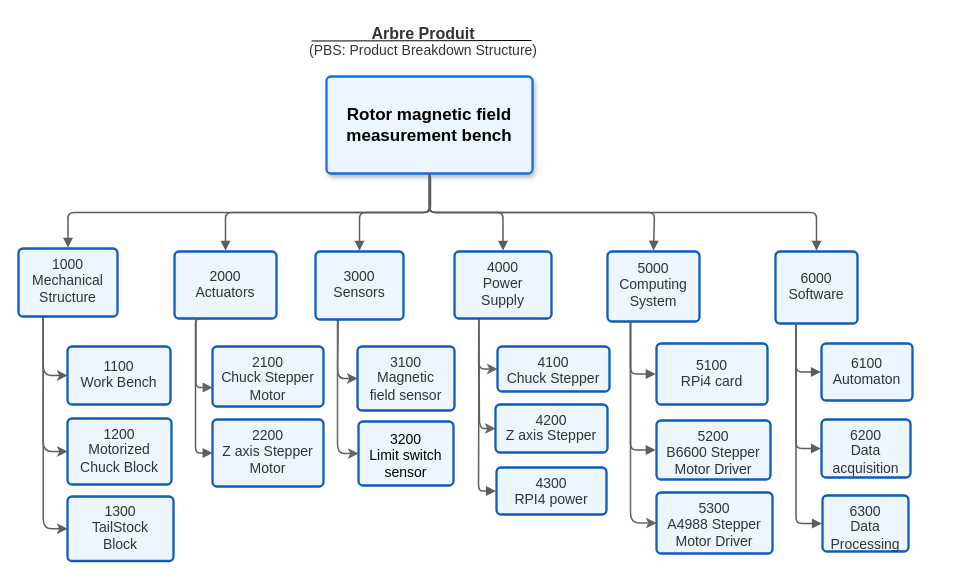
Earlier version of the draw.io diagram page "PBS-RPi" (4 of 7) of Docs/Diagrams/Rotor magnetic field measurement bench.drawio (cjlux/Banc-Mesure-Rotor). Source tidied: cells renumbered, new cells numbered last; positions are measured from the earlier drawing's top-left corner, leaving out a move shared by most shapes. Both pictures are drawn from the tidied source at 100%, with x=0, y=0 at pixel (18, 18).
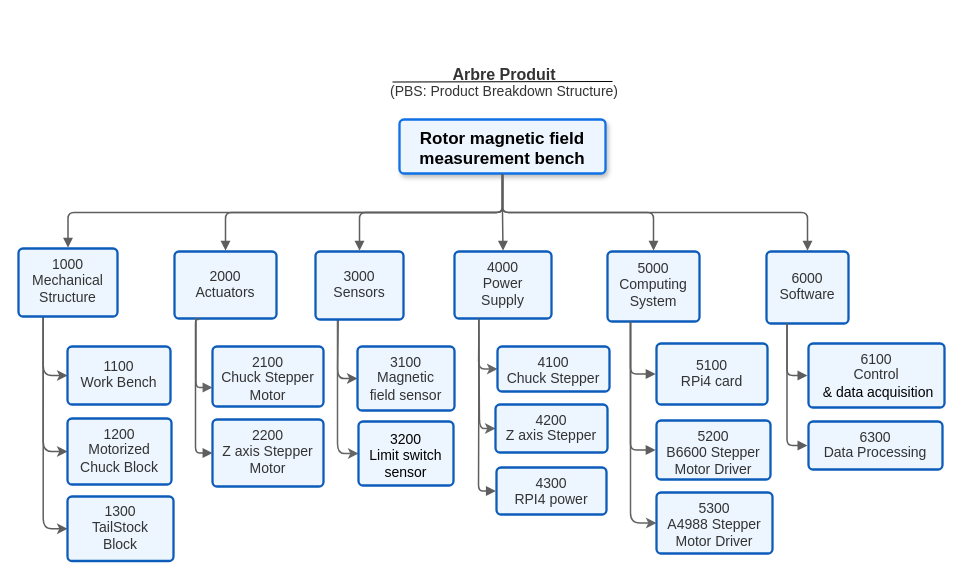
Above is the later version.

Commit message:
Mettre à jour Rotor magnetic field measurement bench.drawio

Unchanged cells that the change refers to:
```xml
<mxCell id="7" value="&lt;div style=&quot;display: flex; justify-content: center; text-align: center; align-items: baseline; font-size: 14px; line-height: 1.25; margin-top: -2px;&quot;&gt;&lt;span style=&quot;font-size: 14px;&quot;&gt;&lt;span style=&quot;font-size: 14px; color: rgb(51, 51, 51);&quot;&gt;1000&lt;br&gt;&lt;/span&gt;&lt;/span&gt;&lt;/div&gt;&lt;div style=&quot;display: flex; justify-content: center; text-align: center; align-items: baseline; font-size: 14px; line-height: 1.25; margin-top: -2px;&quot;&gt;&lt;span style=&quot;font-size: 14px;&quot;&gt;&lt;span style=&quot;font-size: 14px; color: rgb(51, 51, 51);&quot;&gt;Mechanical Structure&lt;/span&gt;&lt;/span&gt;&lt;/div&gt;" style="html=1;overflow=block;blockSpacing=1;whiteSpace=wrap;fontSize=14;spacing=9;strokeColor=#0D5CBA;strokeOpacity=100;fillOpacity=100;rounded=1;absoluteArcSize=1;arcSize=9;fillColor=#edf5ff;strokeWidth=2.3;lucidId=op2DeZ.cYt9W;" parent="1" vertex="1">
  <mxGeometry y="230" width="99" height="68" as="geometry" />
</mxCell>
<mxCell id="8" value="&lt;div style=&quot;display: flex; justify-content: center; text-align: center; align-items: baseline; font-size: 14px; line-height: 1.25; margin-top: -2px;&quot;&gt;&lt;span style=&quot;font-size: 14px;&quot;&gt;&lt;span style=&quot;font-size: 14px; color: rgb(51, 51, 51);&quot;&gt;2000&#10;&lt;/span&gt;&lt;/span&gt;&lt;/div&gt;&lt;div style=&quot;display: flex; justify-content: center; text-align: center; align-items: baseline; font-size: 14px; line-height: 1.25; margin-top: -2px;&quot;&gt;&lt;span style=&quot;font-size: 14px;&quot;&gt;&lt;span style=&quot;font-size: 14px; color: rgb(51, 51, 51);&quot;&gt;Actuators&lt;/span&gt;&lt;/span&gt;&lt;/div&gt;" style="html=1;overflow=block;blockSpacing=1;whiteSpace=wrap;fontSize=14;spacing=9;strokeColor=#0D5CBA;strokeOpacity=100;fillOpacity=100;rounded=1;absoluteArcSize=1;arcSize=9;fillColor=#edf5ff;strokeWidth=2.3;lucidId=op2DIdq_~rvC;" parent="1" vertex="1">
  <mxGeometry x="156" y="233" width="102" height="67" as="geometry" />
</mxCell>
<mxCell id="11" value="&lt;div style=&quot;display: flex; justify-content: center; text-align: center; align-items: baseline; font-size: 14px; line-height: 1.25; margin-top: -2px;&quot;&gt;&lt;span style=&quot;font-size: 14px;&quot;&gt;&lt;span style=&quot;font-size: 14px; color: rgb(51, 51, 51);&quot;&gt;3000&#10;&lt;/span&gt;&lt;/span&gt;&lt;/div&gt;&lt;div style=&quot;display: flex; justify-content: center; text-align: center; align-items: baseline; font-size: 14px; line-height: 1.25; margin-top: -2px;&quot;&gt;&lt;span style=&quot;font-size: 14px;&quot;&gt;&lt;span style=&quot;font-size: 14px; color: rgb(51, 51, 51);&quot;&gt;Sensors&lt;/span&gt;&lt;/span&gt;&lt;/div&gt;" style="html=1;overflow=block;blockSpacing=1;whiteSpace=wrap;fontSize=14;spacing=9;strokeColor=#0D5CBA;strokeOpacity=100;fillOpacity=100;rounded=1;absoluteArcSize=1;arcSize=9;fillColor=#edf5ff;strokeWidth=2.3;lucidId=op2DrcHy-5GN;" parent="1" vertex="1">
  <mxGeometry x="297" y="233" width="88" height="68" as="geometry" />
</mxCell>
<mxCell id="14" value="&lt;div style=&quot;display: flex; justify-content: center; text-align: center; align-items: baseline; font-size: 14px; line-height: 1.25; margin-top: -2px;&quot;&gt;&lt;span style=&quot;font-size: 14px;&quot;&gt;&lt;span style=&quot;font-size: 14px; color: rgb(51, 51, 51);&quot;&gt;4000&#10;&lt;/span&gt;&lt;/span&gt;&lt;/div&gt;&lt;div style=&quot;display: flex; justify-content: center; text-align: center; align-items: baseline; font-size: 14px; line-height: 1.25; margin-top: -2px;&quot;&gt;&lt;span style=&quot;font-size: 14px;&quot;&gt;&lt;span style=&quot;font-size: 14px; color: rgb(51, 51, 51);&quot;&gt;Power Supply&lt;/span&gt;&lt;/span&gt;&lt;/div&gt;" style="html=1;overflow=block;blockSpacing=1;whiteSpace=wrap;fontSize=14;spacing=9;strokeColor=#0D5CBA;strokeOpacity=100;fillOpacity=100;rounded=1;absoluteArcSize=1;arcSize=9;fillColor=#edf5ff;strokeWidth=2.3;lucidId=op2DH3rtzFCJ;" parent="1" vertex="1">
  <mxGeometry x="436" y="233" width="97" height="67" as="geometry" />
</mxCell>
<mxCell id="16" value="&lt;div style=&quot;display: flex; justify-content: center; text-align: center; align-items: baseline; font-size: 14px; line-height: 1.25; margin-top: -2px;&quot;&gt;&lt;span style=&quot;font-size: 14px;&quot;&gt;&lt;span style=&quot;font-size: 14px; color: rgb(51, 51, 51);&quot;&gt;5000&#10;&lt;/span&gt;&lt;/span&gt;&lt;/div&gt;&lt;div style=&quot;display: flex; justify-content: center; text-align: center; align-items: baseline; font-size: 14px; line-height: 1.25; margin-top: -2px;&quot;&gt;&lt;span style=&quot;font-size: 14px;&quot;&gt;&lt;span style=&quot;font-size: 14px; color: rgb(51, 51, 51);&quot;&gt;Computing System&lt;/span&gt;&lt;/span&gt;&lt;/div&gt;" style="html=1;overflow=block;blockSpacing=1;whiteSpace=wrap;fontSize=14;spacing=9;strokeColor=#0D5CBA;strokeOpacity=100;fillOpacity=100;rounded=1;absoluteArcSize=1;arcSize=9;fillColor=#edf5ff;strokeWidth=2.3;lucidId=op2DZ983SHyo;" parent="1" vertex="1">
  <mxGeometry x="589" y="233" width="92" height="70" as="geometry" />
</mxCell>
```

What changed in the source:
```diff
@@
     <mxCell id="2" value="Rotor magnetic field&#10;measurement bench" style="html=1;overflow=block;blockSpacing=1;whiteSpace=wrap;fontSize=17;fontStyle=1;align=center;spacing=9;strokeColor=#1071e5;strokeOpacity=100;fillOpacity=100;rounded=1;absoluteArcSize=1;arcSize=9;fillColor=#edf5ff;strokeWidth=2.3;lucidId=op2DlNhiaoXF;shadow=1;" parent="1" vertex="1">
-      <mxGeometry x="308" y="58" width="206" height="97" as="geometry" />
+      <mxGeometry x="381" y="101" width="206" height="54" as="geometry" />
     </mxCell>
     <mxCell id="3" value="&lt;div style=&quot;display: flex; justify-content: center; text-align: center; align-items: baseline; font-size: 16px; line-height: 1.25; margin-top: -2px;&quot;&gt;&lt;span style=&quot;&quot;&gt;&lt;span style=&quot;color: rgb(51, 51, 51); font-weight: bold;&quot;&gt;Arbre Produit&lt;/span&gt;&lt;span style=&quot;font-size: 14px; color: rgb(51, 51, 51); font-weight: bold;&quot;&gt;&lt;br&gt;&lt;/span&gt;&lt;/span&gt;&lt;/div&gt;&lt;div style=&quot;display: flex; justify-content: center; text-align: center; align-items: baseline; font-size: 14px; line-height: 1.25; margin-top: -2px;&quot;&gt;&lt;span style=&quot;font-size: 14px;&quot;&gt;&lt;span style=&quot;font-size: 14px; color: rgb(51, 51, 51);&quot;&gt;&lt;span style=&quot;font-size: 14px; color: rgb(51, 51, 51);&quot;&gt;(PBS: Product Breakdown Structure)&lt;/span&gt;&lt;/span&gt;&lt;/span&gt;&lt;/div&gt;" style="html=1;overflow=block;blockSpacing=1;whiteSpace=wrap;fontSize=14;spacing=3.8;strokeOpacity=0;fillOpacity=0;rounded=1;absoluteArcSize=1;arcSize=9;fillColor=#ffffff;strokeWidth=2.3;lucidId=op2DOxUPKWHS;" parent="1" vertex="1">
-      <mxGeometry x="287" width="236" height="47" as="geometry" />
+      <mxGeometry x="368" y="41" width="236" height="47" as="geometry" />
     </mxCell>
@@
     <mxCell id="17" style="html=1;jettySize=18;whiteSpace=wrap;fontSize=14;strokeColor=#5E5E5E;strokeWidth=1.5;rounded=1;arcSize=12;edgeStyle=orthogonalEdgeStyle;startArrow=none;endArrow=block;endFill=1;exitX=0.5;exitY=1.011;exitPerimeter=0;entryX=0.5;entryY=-0.012;entryPerimeter=0;lucidId=op2D4Qm-s5.9;" parent="1" edge="1" source="2" target="7">
       <mxGeometry relative="1" as="geometry">
         <Array as="points">
-          <mxPoint x="412" y="156" />
-          <mxPoint x="412" y="194" />
-          <mxPoint x="49" y="194" />
-          <mxPoint x="49" y="229" />
+          <mxPoint x="484" y="194" />
+          <mxPoint x="50" y="194" />
         </Array>
       </mxGeometry>
     </mxCell>
     <mxCell id="18" style="html=1;jettySize=18;whiteSpace=wrap;fontSize=14;strokeColor=#5E5E5E;strokeWidth=1.5;rounded=1;arcSize=12;edgeStyle=orthogonalEdgeStyle;startArrow=none;endArrow=block;endFill=1;exitX=0.5;exitY=1.011;exitPerimeter=0;entryX=0.5;entryY=-0.012;entryPerimeter=0;lucidId=op2DSndrqWX7;" parent="1" edge="1" source="2" target="8">
       <mxGeometry relative="1" as="geometry">
         <Array as="points">
-          <mxPoint x="411" y="194" />
+          <mxPoint x="484" y="194" />
           <mxPoint x="207" y="194" />
         </Array>
       </mxGeometry>
     </mxCell>
     <mxCell id="19" style="html=1;jettySize=18;whiteSpace=wrap;fontSize=14;strokeColor=#5E5E5E;strokeWidth=1.5;rounded=1;arcSize=12;edgeStyle=orthogonalEdgeStyle;startArrow=none;endArrow=block;endFill=1;exitX=0.5;exitY=1.011;exitPerimeter=0;entryX=0.5;entryY=-0.012;entryPerimeter=0;lucidId=op2DwWMJoZg.;" parent="1" edge="1" source="2" target="11">
       <mxGeometry relative="1" as="geometry">
         <Array as="points">
-          <mxPoint x="411" y="194" />
+          <mxPoint x="484" y="194" />
           <mxPoint x="341" y="194" />
         </Array>
       </mxGeometry>
     </mxCell>
     <mxCell id="20" style="html=1;jettySize=18;whiteSpace=wrap;fontSize=14;strokeColor=#5E5E5E;strokeWidth=1.5;rounded=1;arcSize=12;edgeStyle=orthogonalEdgeStyle;startArrow=none;endArrow=block;endFill=1;exitX=0.5;exitY=1.011;exitPerimeter=0;entryX=0.5;entryY=-0.012;entryPerimeter=0;lucidId=op2DVnM9Jc29;" parent="1" edge="1" source="2" target="14">
       <mxGeometry relative="1" as="geometry">
         <Array as="points">
-          <mxPoint x="411" y="194" />
+          <mxPoint x="484" y="194" />
           <mxPoint x="485" y="194" />
-          <mxPoint x="485" y="232" />
         </Array>
       </mxGeometry>
     </mxCell>
     <mxCell id="21" style="html=1;jettySize=18;whiteSpace=wrap;fontSize=14;strokeColor=#5E5E5E;strokeWidth=1.5;rounded=1;arcSize=12;edgeStyle=orthogonalEdgeStyle;startArrow=none;endArrow=block;endFill=1;exitX=0.5;exitY=1.011;exitPerimeter=0;entryX=0.5;entryY=-0.012;entryPerimeter=0;lucidId=op2DF9aEdJrC;" parent="1" edge="1" source="2" target="16">
       <mxGeometry relative="1" as="geometry">
         <Array as="points">
-          <mxPoint x="411" y="194" />
-          <mxPoint x="636" y="194" />
-          <mxPoint x="636" y="232" />
+          <mxPoint x="484" y="194" />
+          <mxPoint x="635" y="194" />
         </Array>
       </mxGeometry>
     </mxCell>
@@
     <mxCell id="35" value="&lt;div style=&quot;display: flex; justify-content: center; text-align: center; align-items: baseline; font-size: 14px; line-height: 1.25; margin-top: -2px;&quot;&gt;&lt;span style=&quot;font-size: 14px;&quot;&gt;&lt;span style=&quot;font-size: 14px; color: rgb(51, 51, 51);&quot;&gt;6000&#10;&lt;/span&gt;&lt;/span&gt;&lt;/div&gt;&lt;div style=&quot;display: flex; justify-content: center; text-align: center; align-items: baseline; font-size: 14px; line-height: 1.25; margin-top: -2px;&quot;&gt;&lt;span style=&quot;font-size: 14px;&quot;&gt;&lt;span style=&quot;font-size: 14px; color: rgb(51, 51, 51);&quot;&gt;Software&lt;/span&gt;&lt;/span&gt;&lt;/div&gt;" style="html=1;overflow=block;blockSpacing=1;whiteSpace=wrap;fontSize=14;spacing=9;strokeColor=#0D5CBA;strokeOpacity=100;fillOpacity=100;rounded=1;absoluteArcSize=1;arcSize=9;fillColor=#edf5ff;strokeWidth=2.3;lucidId=RX2Dc.WBU14V;" parent="1" vertex="1">
-      <mxGeometry x="757" y="233" width="82" height="72" as="geometry" />
+      <mxGeometry x="748" y="233" width="82" height="72" as="geometry" />
     </mxCell>
     <mxCell id="36" style="html=1;jettySize=18;whiteSpace=wrap;fontSize=14;strokeColor=#5E5E5E;strokeWidth=1.5;rounded=1;arcSize=12;edgeStyle=orthogonalEdgeStyle;startArrow=none;endArrow=block;endFill=1;exitX=0.5;exitY=1.011;exitPerimeter=0;entryX=0.5;entryY=-0.012;entryPerimeter=0;lucidId=4Y2Dq01y5dqt;" parent="1" edge="1" source="2" target="35">
       <mxGeometry relative="1" as="geometry">
         <Array as="points">
-          <mxPoint x="411" y="194" />
-          <mxPoint x="798" y="194" />
+          <mxPoint x="484" y="194" />
+          <mxPoint x="789" y="194" />
         </Array>
       </mxGeometry>
     </mxCell>
-    <mxCell id="37" value="&lt;div style=&quot;display: flex; justify-content: center; text-align: center; align-items: baseline; font-size: 14px; line-height: 1.25; margin-top: -2px;&quot;&gt;&lt;span style=&quot;font-size: 14px;&quot;&gt;&lt;span style=&quot;font-size: 14px; color: rgb(51, 51, 51);&quot;&gt;6100&#10;&lt;/span&gt;&lt;/span&gt;&lt;/div&gt;&lt;div style=&quot;display: flex; justify-content: center; text-align: center; align-items: baseline; font-size: 14px; line-height: 1.25; margin-top: -2px;&quot;&gt;&lt;span style=&quot;font-size: 14px;&quot;&gt;&lt;span style=&quot;font-size: 14px; color: rgb(51, 51, 51);&quot;&gt;Automaton&lt;/span&gt;&lt;/span&gt;&lt;/div&gt;" style="html=1;overflow=block;blockSpacing=1;whiteSpace=wrap;fontSize=14;spacing=9;strokeColor=#0D5CBA;strokeOpacity=100;fillOpacity=100;rounded=1;absoluteArcSize=1;arcSize=9;fillColor=#edf5ff;strokeWidth=2.3;lucidId=7Y2DjmoZVE3K;" parent="1" vertex="1">
-      <mxGeometry x="803" y="325" width="91" height="57" as="geometry" />
+    <mxCell id="37" value="&lt;div style=&quot;display: flex; justify-content: center; text-align: center; align-items: baseline; font-size: 14px; line-height: 1.25; margin-top: -2px;&quot;&gt;&lt;span style=&quot;font-size: 14px;&quot;&gt;&lt;span style=&quot;font-size: 14px; color: rgb(51, 51, 51);&quot;&gt;6100&lt;br&gt;&lt;/span&gt;&lt;/span&gt;&lt;/div&gt;&lt;div style=&quot;display: flex; justify-content: center; text-align: center; align-items: baseline; font-size: 14px; line-height: 1.25; margin-top: -2px;&quot;&gt;&lt;span style=&quot;font-size: 14px;&quot;&gt;&lt;span style=&quot;font-size: 14px; color: rgb(51, 51, 51);&quot;&gt;Control&lt;br&gt;&lt;/span&gt;&lt;/span&gt;&lt;/div&gt;&amp;nbsp;&amp;amp; data acquisition" style="html=1;overflow=block;blockSpacing=1;whiteSpace=wrap;fontSize=14;spacing=9;strokeColor=#0D5CBA;strokeOpacity=100;fillOpacity=100;rounded=1;absoluteArcSize=1;arcSize=9;fillColor=#edf5ff;strokeWidth=2.3;lucidId=7Y2DjmoZVE3K;" parent="1" vertex="1">
+      <mxGeometry x="790" y="325" width="136" height="64" as="geometry" />
     </mxCell>
-    <mxCell id="38" value="&lt;div style=&quot;display: flex; justify-content: center; text-align: center; align-items: baseline; font-size: 14px; line-height: 1.25; margin-top: -2px;&quot;&gt;&lt;span style=&quot;font-size: 14px;&quot;&gt;&lt;span style=&quot;font-size: 14px; color: rgb(51, 51, 51);&quot;&gt;6200&#10;&lt;/span&gt;&lt;/span&gt;&lt;/div&gt;&lt;div style=&quot;display: flex; justify-content: center; text-align: center; align-items: baseline; font-size: 14px; line-height: 1.25; margin-top: -2px;&quot;&gt;&lt;span style=&quot;font-size: 14px;&quot;&gt;&lt;span style=&quot;font-size: 14px; color: rgb(51, 51, 51);&quot;&gt;Data acquisition&lt;/span&gt;&lt;/span&gt;&lt;/div&gt;" style="html=1;overflow=block;blockSpacing=1;whiteSpace=wrap;fontSize=14;spacing=9;strokeColor=#0D5CBA;strokeOpacity=100;fillOpacity=100;rounded=1;absoluteArcSize=1;arcSize=9;fillColor=#edf5ff;strokeWidth=2.3;lucidId=yZ2Dx6f_7SJq;" parent="1" vertex="1">
-      <mxGeometry x="803" y="401" width="89" height="58" as="geometry" />
-    </mxCell>
     <mxCell id="39" value="&lt;div style=&quot;display: flex; justify-content: center; text-align: center; align-items: baseline; font-size: 14px; line-height: 1.25; margin-top: -2px;&quot;&gt;&lt;span style=&quot;font-size: 14px;&quot;&gt;&lt;span style=&quot;font-size: 14px; color: rgb(51, 51, 51);&quot;&gt;6300&#10;&lt;/span&gt;&lt;/span&gt;&lt;/div&gt;&lt;div style=&quot;display: flex; justify-content: center; text-align: center; align-items: baseline; font-size: 14px; line-height: 1.25; margin-top: -2px;&quot;&gt;&lt;span style=&quot;font-size: 14px;&quot;&gt;&lt;span style=&quot;font-size: 14px; color: rgb(51, 51, 51);&quot;&gt;Data Processing&lt;/span&gt;&lt;/span&gt;&lt;/div&gt;" style="html=1;overflow=block;blockSpacing=1;whiteSpace=wrap;fontSize=14;spacing=9;strokeColor=#0D5CBA;strokeOpacity=100;fillOpacity=100;rounded=1;absoluteArcSize=1;arcSize=9;fillColor=#edf5ff;strokeWidth=2.3;lucidId=YZ2DKWKq_tG.;" parent="1" vertex="1">
-      <mxGeometry x="804" y="477" width="86" height="56" as="geometry" />
+      <mxGeometry x="790" y="403" width="134" height="48" as="geometry" />
     </mxCell>
     <mxCell id="40" style="html=1;jettySize=18;whiteSpace=wrap;fontSize=14;strokeColor=#5E5E5E;strokeWidth=1.5;rounded=1;arcSize=12;edgeStyle=orthogonalEdgeStyle;startArrow=none;endArrow=block;endFill=1;exitX=0.25;exitY=1;entryX=-0.008;entryY=0.5;entryPerimeter=0;lucidId=f02DgGN.fwjA;exitDx=0;exitDy=0;" parent="1" edge="1" source="35" target="37">
-      <mxGeometry relative="1" as="geometry" />
+      <mxGeometry relative="1" as="geometry">
+        <Array as="points">
+          <mxPoint x="769" y="357" />
+        </Array>
+      </mxGeometry>
     </mxCell>
-    <mxCell id="41" style="html=1;jettySize=18;whiteSpace=wrap;fontSize=14;strokeColor=#5E5E5E;strokeWidth=1.5;rounded=1;arcSize=12;edgeStyle=orthogonalEdgeStyle;startArrow=none;endArrow=block;endFill=1;exitX=0.25;exitY=1;entryX=-0.008;entryY=0.5;entryPerimeter=0;lucidId=j02Dbz7nteP1;exitDx=0;exitDy=0;" parent="1" edge="1" source="35" target="38">
-      <mxGeometry relative="1" as="geometry" />
-    </mxCell>
     <mxCell id="42" style="html=1;jettySize=18;whiteSpace=wrap;fontSize=14;strokeColor=#5E5E5E;strokeWidth=1.5;rounded=1;arcSize=12;edgeStyle=orthogonalEdgeStyle;startArrow=none;endArrow=block;endFill=1;exitX=0.25;exitY=1;entryX=-0.008;entryY=0.5;entryPerimeter=0;lucidId=t02Dbb3X~-~c;exitDx=0;exitDy=0;" parent="1" edge="1" source="35" target="39">
-      <mxGeometry relative="1" as="geometry" />
+      <mxGeometry relative="1" as="geometry">
+        <Array as="points">
+          <mxPoint x="769" y="427" />
+        </Array>
+      </mxGeometry>
     </mxCell>
     <mxCell id="43" style="endArrow=none;html=1;rounded=0;exitX=0;exitY=0.5;exitDx=0;exitDy=0;" parent="1" edge="1">
       <mxGeometry relative="1" as="geometry">
-        <mxPoint x="293" y="22.5" as="sourcePoint" />
-        <mxPoint x="513" y="22" as="targetPoint" />
+        <mxPoint x="374" y="63.5" as="sourcePoint" />
+        <mxPoint x="594" y="63" as="targetPoint" />
       </mxGeometry>
     </mxCell>
```
